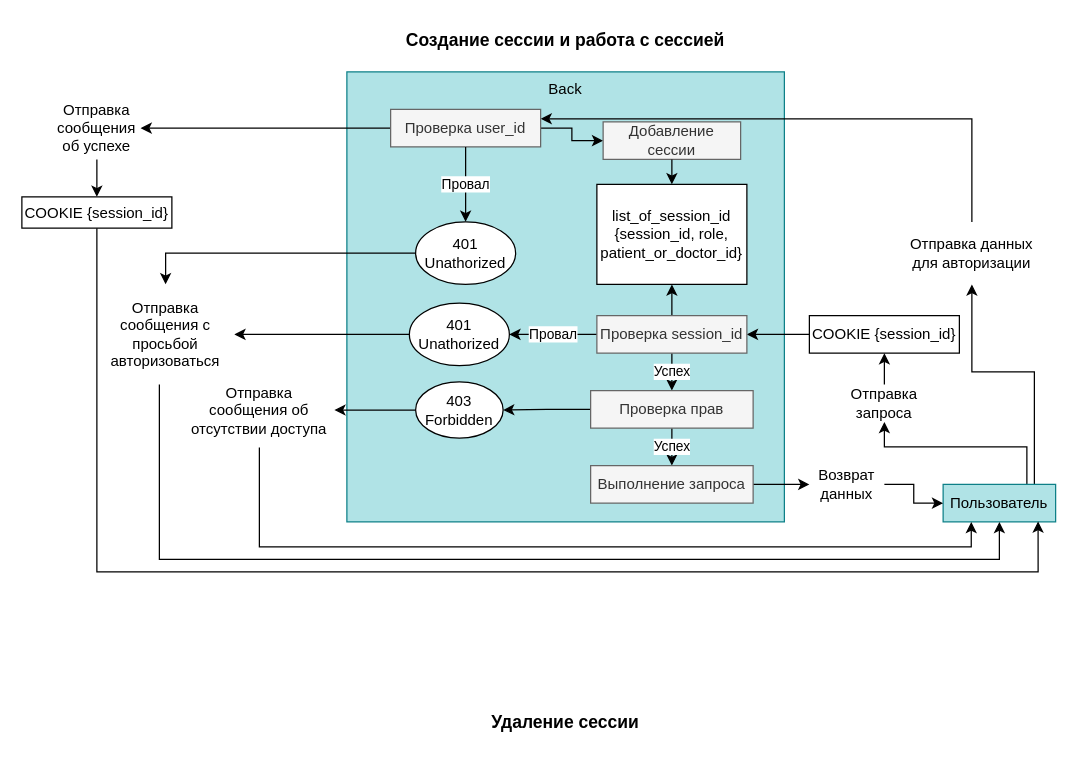
The draw.io diagram page "Авторизация" (5 of 5) of Требования к проекту.drawio in Rubelewaskes/Hospital, before the edit. Source tidied: cells renumbered, new cells numbered last; positions are measured from the earlier drawing's top-left corner, leaving out a move shared by most shapes. Both pictures are drawn from the tidied source at 125%, with x=0, y=0 at pixel (21, 21).
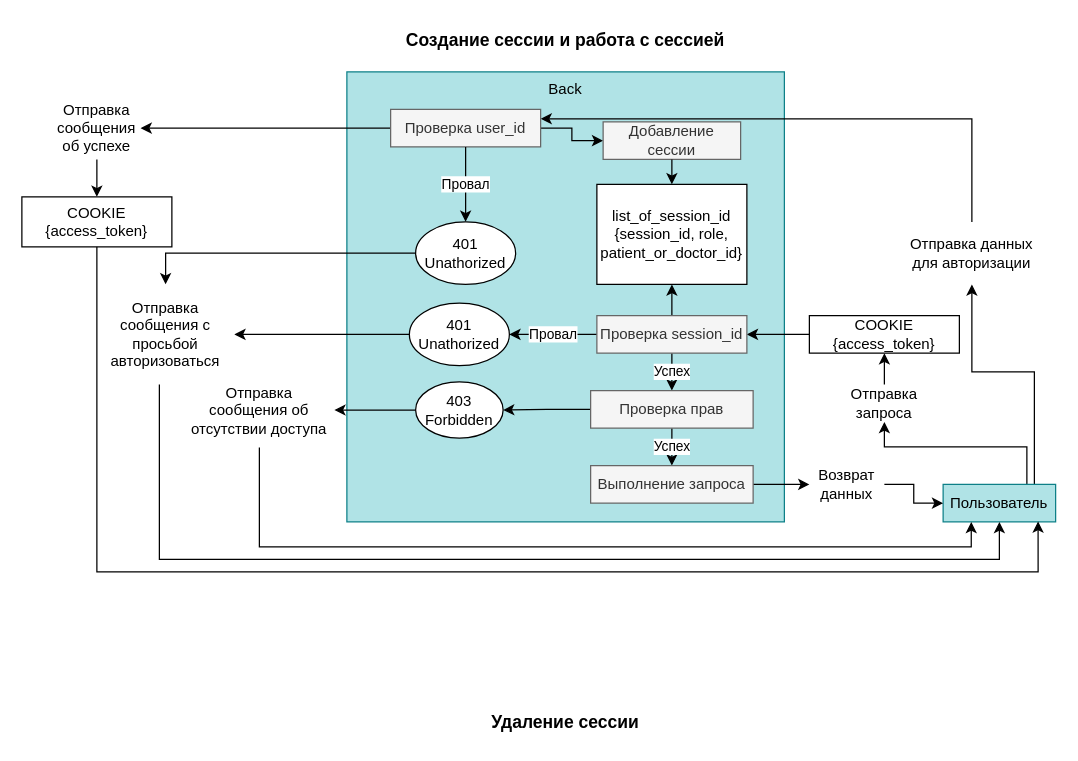
The same page after the edit.

What changed in the source:
```diff
@@
-    <mxCell id="4" value="COOKIE {session_id}" style="rounded=0;whiteSpace=wrap;html=1;" parent="1" vertex="1">
+    <mxCell id="4" value="COOKIE {access_token}" style="rounded=0;whiteSpace=wrap;html=1;" parent="1" vertex="1">
       <mxGeometry x="630" y="235" width="120" height="30" as="geometry" />
     </mxCell>
@@
-    <mxCell id="43" value="COOKIE {session_id}" style="rounded=0;whiteSpace=wrap;html=1;" parent="1" vertex="1">
-      <mxGeometry y="140" width="120" height="25" as="geometry" />
+    <mxCell id="43" value="COOKIE {access_token}" style="rounded=0;whiteSpace=wrap;html=1;" parent="1" vertex="1">
+      <mxGeometry y="140" width="120" height="40" as="geometry" />
     </mxCell>
```
